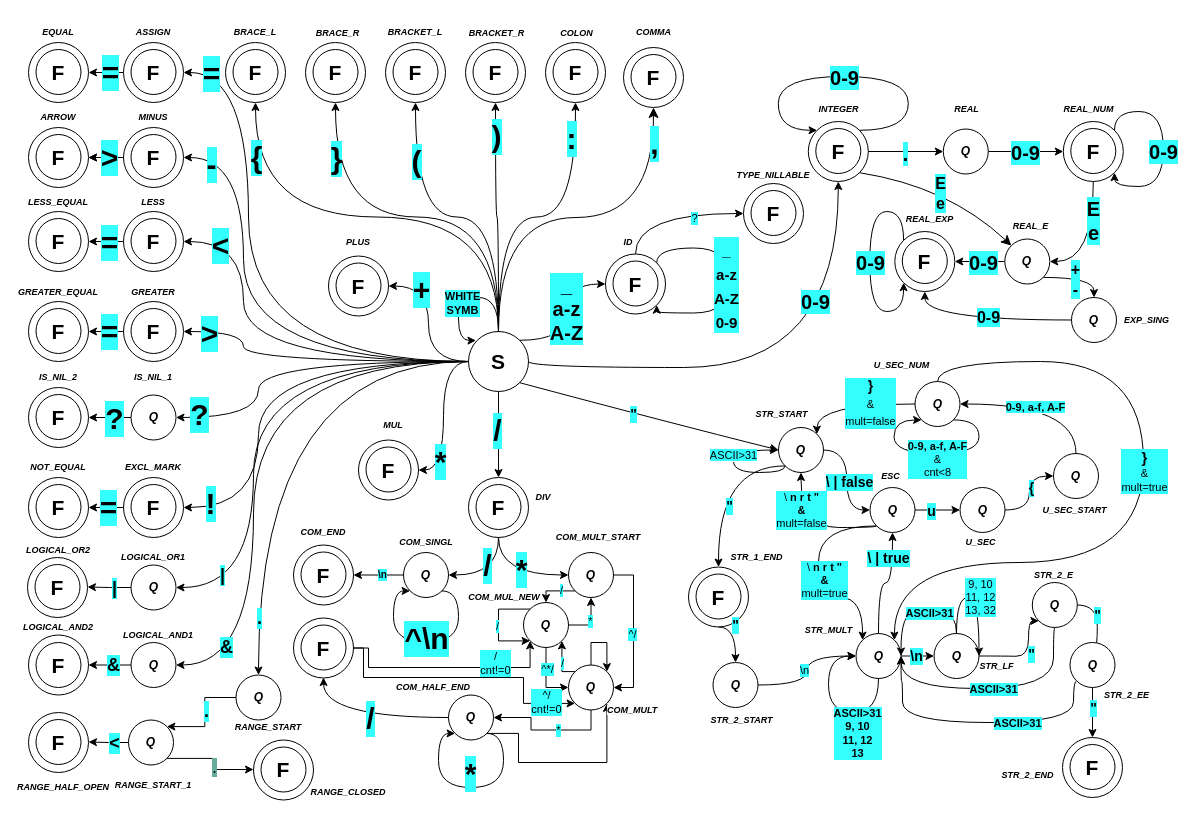
Earlier version of the draw.io diagram lexer.drawio (xshche05/IFJ-2023-project-compiler). Source tidied: cells renumbered, new cells numbered last; positions are measured from the earlier drawing's top-left corner, leaving out a move shared by most shapes. Both pictures are drawn from the tidied source at 100%, with x=0, y=0 at pixel (27, 17).
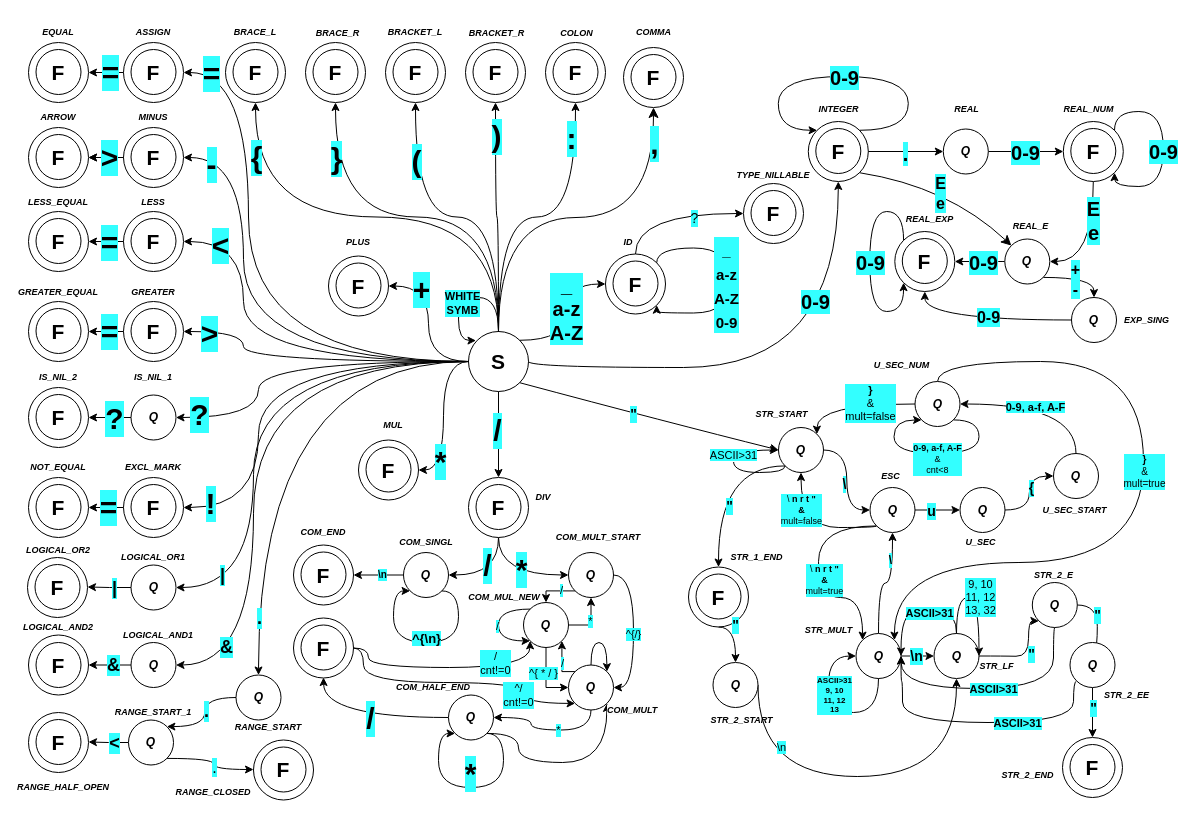
The same diagram, later.

The change refers to these unchanged cells:
```xml
<mxCell id="164" style="edgeStyle=orthogonalEdgeStyle;orthogonalLoop=1;jettySize=auto;html=1;exitX=1;exitY=1;exitDx=0;exitDy=0;entryX=0;entryY=1;entryDx=0;entryDy=0;curved=1;" parent="1" edge="1" source="159" target="159">
  <mxGeometry relative="1" as="geometry">
    <Array as="points">
      <mxPoint x="431" y="573" />
      <mxPoint x="431" y="625" />
      <mxPoint x="366" y="625" />
      <mxPoint x="366" y="573" />
    </Array>
  </mxGeometry>
</mxCell>
<mxCell id="172" value="&lt;b&gt;&lt;i&gt;Q&lt;/i&gt;&lt;/b&gt;" style="ellipse;whiteSpace=wrap;html=1;" parent="1" vertex="1">
  <mxGeometry x="541" y="535" width="45" height="45" as="geometry" />
</mxCell>
<mxCell id="176" value="&lt;b&gt;&lt;i&gt;Q&lt;/i&gt;&lt;/b&gt;" style="ellipse;whiteSpace=wrap;html=1;" parent="1" vertex="1">
  <mxGeometry x="421" y="677.5" width="45" height="45" as="geometry" />
</mxCell>
<mxCell id="228" style="edgeStyle=orthogonalEdgeStyle;jettySize=auto;html=1;exitX=1;exitY=0.5;exitDx=0;exitDy=0;entryX=0;entryY=0.5;entryDx=0;entryDy=0;curved=1;" parent="1" edge="1" source="232" target="239">
  <mxGeometry relative="1" as="geometry" />
</mxCell>
<mxCell id="235" style="edgeStyle=orthogonalEdgeStyle;jettySize=auto;html=1;exitX=0;exitY=1;exitDx=0;exitDy=0;entryX=0.5;entryY=1;entryDx=0;entryDy=0;curved=1;" parent="1" edge="1" source="239" target="232">
  <mxGeometry relative="1" as="geometry">
    <Array as="points">
      <mxPoint x="849" y="510" />
      <mxPoint x="773" y="510" />
    </Array>
  </mxGeometry>
</mxCell>
<mxCell id="237" style="edgeStyle=orthogonalEdgeStyle;jettySize=auto;html=1;exitX=0;exitY=1;exitDx=0;exitDy=0;entryX=0;entryY=0;entryDx=0;entryDy=0;curved=1;" parent="1" edge="1" source="239" target="260">
  <mxGeometry relative="1" as="geometry">
    <Array as="points">
      <mxPoint x="791" y="508" />
      <mxPoint x="791" y="580" />
      <mxPoint x="835" y="580" />
    </Array>
  </mxGeometry>
</mxCell>
<mxCell id="246" style="edgeStyle=orthogonalEdgeStyle;jettySize=auto;html=1;exitX=0.5;exitY=0;exitDx=0;exitDy=0;entryX=1;entryY=0;entryDx=0;entryDy=0;curved=1;" parent="1" edge="1" source="248" target="260">
  <mxGeometry relative="1" as="geometry">
    <Array as="points">
      <mxPoint x="910" y="344" />
      <mxPoint x="1116" y="344" />
      <mxPoint x="1116" y="545" />
      <mxPoint x="867" y="545" />
    </Array>
  </mxGeometry>
</mxCell>
<mxCell id="255" value="&lt;b&gt;&lt;i&gt;Q&lt;/i&gt;&lt;/b&gt;" style="ellipse;whiteSpace=wrap;html=1;" parent="1" vertex="1">
  <mxGeometry x="685.5" y="645" width="45" height="45" as="geometry" />
</mxCell>
<mxCell id="258" style="edgeStyle=orthogonalEdgeStyle;jettySize=auto;html=1;exitX=0.5;exitY=0;exitDx=0;exitDy=0;curved=1;" parent="1" edge="1" source="260" target="239">
  <mxGeometry relative="1" as="geometry" />
</mxCell>
<mxCell id="260" value="&lt;b&gt;&lt;i&gt;Q&lt;/i&gt;&lt;/b&gt;" style="ellipse;whiteSpace=wrap;html=1;" parent="1" vertex="1">
  <mxGeometry x="828.5" y="616" width="45" height="45" as="geometry" />
</mxCell>
<mxCell id="263" style="edgeStyle=orthogonalEdgeStyle;jettySize=auto;html=1;exitX=0;exitY=0.5;exitDx=0;exitDy=0;entryX=1;entryY=0;entryDx=0;entryDy=0;curved=1;" parent="1" edge="1" source="248" target="232">
  <mxGeometry relative="1" as="geometry" />
</mxCell>
<mxCell id="271" value="&lt;b&gt;&lt;i&gt;Q&lt;/i&gt;&lt;/b&gt;" style="ellipse;whiteSpace=wrap;html=1;" parent="1" vertex="1">
  <mxGeometry x="906.5" y="616" width="45" height="45" as="geometry" />
</mxCell>
<mxCell id="286" style="edgeStyle=orthogonalEdgeStyle;orthogonalLoop=1;jettySize=auto;html=1;exitX=1;exitY=1;exitDx=0;exitDy=0;entryX=0;entryY=1;entryDx=0;entryDy=0;curved=1;" parent="1" edge="1" source="248" target="248">
  <mxGeometry relative="1" as="geometry">
    <Array as="points">
      <mxPoint x="951.5" y="402" />
      <mxPoint x="951.5" y="436" />
      <mxPoint x="866.5" y="436" />
      <mxPoint x="866.5" y="402" />
    </Array>
  </mxGeometry>
</mxCell>
<mxCell id="288" style="edgeStyle=orthogonalEdgeStyle;orthogonalLoop=1;jettySize=auto;html=1;exitX=0.5;exitY=1;exitDx=0;exitDy=0;entryX=0;entryY=0.5;entryDx=0;entryDy=0;curved=1;" parent="1" edge="1" source="260" target="260">
  <mxGeometry relative="1" as="geometry">
    <Array as="points">
      <mxPoint x="851" y="695" />
      <mxPoint x="801" y="695" />
      <mxPoint x="801" y="638" />
    </Array>
  </mxGeometry>
</mxCell>
<mxCell id="315" style="edgeStyle=orthogonalEdgeStyle;jettySize=auto;html=1;exitX=0.5;exitY=0;exitDx=0;exitDy=0;entryX=0;entryY=0.5;entryDx=0;entryDy=0;curved=1;" parent="1" edge="1" source="182" target="313">
  <mxGeometry relative="1" as="geometry">
    <Array as="points">
      <mxPoint x="608" y="196" />
    </Array>
  </mxGeometry>
</mxCell>
<mxCell id="327" value="&lt;b&gt;&lt;i&gt;Q&lt;/i&gt;&lt;/b&gt;" style="ellipse;whiteSpace=wrap;html=1;" parent="1" vertex="1">
  <mxGeometry x="208.5" y="657.5" width="45" height="45" as="geometry" />
</mxCell>
<mxCell id="355" style="edgeStyle=orthogonalEdgeStyle;rounded=0;jettySize=auto;html=1;exitX=0.5;exitY=1;exitDx=0;exitDy=0;entryX=0;entryY=0.5;entryDx=0;entryDy=0;" parent="1" edge="1" source="357" target="362">
  <mxGeometry relative="1" as="geometry" />
</mxCell>
<mxCell id="357" value="&lt;b&gt;&lt;i&gt;Q&lt;/i&gt;&lt;/b&gt;" style="ellipse;whiteSpace=wrap;html=1;" parent="1" vertex="1">
  <mxGeometry x="496" y="585" width="45" height="45" as="geometry" />
</mxCell>
<mxCell id="362" value="&lt;b&gt;&lt;i&gt;Q&lt;/i&gt;&lt;/b&gt;" style="ellipse;whiteSpace=wrap;html=1;" parent="1" vertex="1">
  <mxGeometry x="541" y="647.5" width="45" height="45" as="geometry" />
</mxCell>
<mxCell id="374" value="&lt;span style=&quot;font-size: 21px;&quot;&gt;&lt;b&gt;F&lt;/b&gt;&lt;/span&gt;" style="text;html=1;strokeColor=none;fillColor=none;align=center;verticalAlign=middle;whiteSpace=wrap;rounded=0;" parent="371" vertex="1">
  <mxGeometry y="15" width="60" height="30" as="geometry" />
</mxCell>
<mxCell id="378" value="&lt;b&gt;&lt;i&gt;Q&lt;/i&gt;&lt;/b&gt;" style="ellipse;whiteSpace=wrap;html=1;" parent="1" vertex="1">
  <mxGeometry x="101" y="702.5" width="45" height="45" as="geometry" />
</mxCell>
<mxCell id="382" value="&lt;span style=&quot;font-size: 21px;&quot;&gt;&lt;b&gt;F&lt;/b&gt;&lt;/span&gt;" style="text;html=1;strokeColor=none;fillColor=none;align=center;verticalAlign=middle;whiteSpace=wrap;rounded=0;" parent="379" vertex="1">
  <mxGeometry y="14.5" width="60" height="30" as="geometry" />
</mxCell>
```

What changed in the source:
```diff
@@
-    <mxCell id="165" value="^\n" style="edgeLabel;html=1;align=center;verticalAlign=middle;fontStyle=1;labelBackgroundColor=#33FFFF;fontSize=30;" parent="164" vertex="1">
+    <mxCell id="165" value="^{\n}" style="edgeLabel;html=1;align=center;verticalAlign=middle;fontStyle=1;labelBackgroundColor=#33FFFF;fontSize=13;" parent="164" vertex="1">
       <mxGeometry x="0.05" y="-2" relative="1" as="geometry">
         <mxPoint x="5" y="-3" as="offset" />
       </mxGeometry>
     </mxCell>
@@
-    <mxCell id="170" style="edgeStyle=orthogonalEdgeStyle;rounded=0;jettySize=auto;html=1;exitX=1;exitY=0.5;exitDx=0;exitDy=0;entryX=1;entryY=0.5;entryDx=0;entryDy=0;" parent="1" edge="1" source="172" target="362">
+    <mxCell id="170" style="edgeStyle=orthogonalEdgeStyle;jettySize=auto;html=1;exitX=1;exitY=0.5;exitDx=0;exitDy=0;entryX=1;entryY=0.5;entryDx=0;entryDy=0;curved=1;" parent="1" edge="1" source="172" target="362">
       <mxGeometry relative="1" as="geometry" />
     </mxCell>
-    <mxCell id="171" value="^/" style="edgeLabel;html=1;align=center;verticalAlign=middle;labelBackgroundColor=#33FFFF;" parent="170" vertex="1">
-      <mxGeometry x="0.04" y="-2" relative="1" as="geometry" />
+    <mxCell id="171" value="^{/}" style="edgeLabel;html=1;align=center;verticalAlign=middle;labelBackgroundColor=#33FFFF;" parent="170" vertex="1">
+      <mxGeometry x="0.04" y="-2" relative="1" as="geometry">
+        <mxPoint x="1" as="offset" />
+      </mxGeometry>
     </mxCell>
@@
-    <mxCell id="175" style="edgeStyle=orthogonalEdgeStyle;rounded=0;jettySize=auto;html=1;exitX=1;exitY=1;exitDx=0;exitDy=0;entryX=1;entryY=1;entryDx=0;entryDy=0;" parent="1" edge="1" source="176" target="362">
+    <mxCell id="175" style="edgeStyle=orthogonalEdgeStyle;jettySize=auto;html=1;exitX=1;exitY=1;exitDx=0;exitDy=0;entryX=1;entryY=1;entryDx=0;entryDy=0;curved=1;" parent="1" edge="1" source="176" target="362">
       <mxGeometry relative="1" as="geometry">
         <Array as="points">
           <mxPoint x="491" y="716" />
           <mxPoint x="491" y="745" />
           <mxPoint x="579" y="745" />
         </Array>
       </mxGeometry>
     </mxCell>
@@
-    <mxCell id="229" value="\ | false" style="edgeLabel;html=1;align=center;verticalAlign=middle;fontStyle=1;labelBackgroundColor=#33FFFF;fontSize=14;" parent="228" vertex="1">
+    <mxCell id="229" value="\" style="edgeLabel;html=1;align=center;verticalAlign=middle;fontStyle=1;labelBackgroundColor=#33FFFF;fontSize=14;" parent="228" vertex="1">
       <mxGeometry x="0.21" y="1" relative="1" as="geometry">
-        <mxPoint x="1" y="-9" as="offset" />
+        <mxPoint x="-4" y="-7" as="offset" />
       </mxGeometry>
     </mxCell>
@@
-    <mxCell id="236" value="\&lt;b style=&quot;border-color: var(--border-color);&quot;&gt;&amp;nbsp;n r t &quot;&lt;br style=&quot;border-color: var(--border-color);&quot;&gt;&amp;amp;&lt;br style=&quot;border-color: var(--border-color);&quot;&gt;&lt;/b&gt;&lt;span style=&quot;&quot;&gt;mult=false&lt;/span&gt;" style="edgeLabel;html=1;align=center;verticalAlign=middle;labelBackgroundColor=#33FFFF;" parent="235" vertex="1">
+    <mxCell id="236" value="\&lt;b style=&quot;border-color: var(--border-color); font-size: 9px;&quot;&gt;&amp;nbsp;n r t &quot;&lt;br style=&quot;border-color: var(--border-color); font-size: 9px;&quot;&gt;&amp;amp;&lt;br style=&quot;border-color: var(--border-color); font-size: 9px;&quot;&gt;&lt;/b&gt;&lt;span style=&quot;font-size: 9px;&quot;&gt;mult=false&lt;/span&gt;" style="edgeLabel;html=1;align=center;verticalAlign=middle;labelBackgroundColor=#33FFFF;fontSize=9;" parent="235" vertex="1">
       <mxGeometry x="0.37" y="-8" relative="1" as="geometry">
         <mxPoint x="-8" y="-4" as="offset" />
       </mxGeometry>
     </mxCell>
@@
-    <mxCell id="238" value="&lt;span style=&quot;&quot;&gt;\&lt;b&gt;&amp;nbsp;n r t &quot;&lt;br&gt;&amp;amp;&lt;br&gt;&lt;/b&gt;mult=true&lt;/span&gt;&lt;b&gt;&lt;br&gt;&lt;/b&gt;" style="edgeLabel;html=1;align=center;verticalAlign=middle;labelBackgroundColor=#33FFFF;" parent="237" vertex="1">
+    <mxCell id="238" value="&lt;span style=&quot;font-size: 9px;&quot;&gt;\&lt;b style=&quot;font-size: 9px;&quot;&gt;&amp;nbsp;n r t &quot;&lt;br style=&quot;font-size: 9px;&quot;&gt;&amp;amp;&lt;br style=&quot;font-size: 9px;&quot;&gt;&lt;/b&gt;mult=true&lt;/span&gt;&lt;b style=&quot;font-size: 9px;&quot;&gt;&lt;br style=&quot;font-size: 9px;&quot;&gt;&lt;/b&gt;" style="edgeLabel;html=1;align=center;verticalAlign=middle;labelBackgroundColor=#33FFFF;fontSize=9;" parent="237" vertex="1">
       <mxGeometry x="-0.04" y="-1" relative="1" as="geometry">
         <mxPoint x="6" y="8" as="offset" />
       </mxGeometry>
     </mxCell>
@@
-    <mxCell id="247" value="&lt;b&gt;&lt;font style=&quot;font-size: 15px;&quot;&gt;}&lt;/font&gt;&lt;/b&gt;&lt;br style=&quot;border-color: var(--border-color); font-size: 14px; font-weight: 700;&quot;&gt;&lt;font style=&quot;border-color: var(--border-color);&quot;&gt;&amp;amp;&lt;br style=&quot;border-color: var(--border-color);&quot;&gt;mult=true&lt;/font&gt;" style="edgeLabel;html=1;align=center;verticalAlign=middle;labelBackgroundColor=#33FFFF;" parent="246" vertex="1">
+    <mxCell id="247" value="&lt;b style=&quot;font-size: 10px;&quot;&gt;&lt;font style=&quot;font-size: 10px;&quot;&gt;}&lt;/font&gt;&lt;/b&gt;&lt;br style=&quot;border-color: var(--border-color); font-size: 10px; font-weight: 700;&quot;&gt;&lt;font style=&quot;border-color: var(--border-color); font-size: 10px;&quot;&gt;&amp;amp;&lt;br style=&quot;border-color: var(--border-color); font-size: 10px;&quot;&gt;mult=true&lt;/font&gt;" style="edgeLabel;html=1;align=center;verticalAlign=middle;labelBackgroundColor=#33FFFF;fontSize=10;" parent="246" vertex="1">
       <mxGeometry x="-0.11" relative="1" as="geometry" />
     </mxCell>
@@
-    <mxCell id="253" style="edgeStyle=orthogonalEdgeStyle;jettySize=auto;html=1;exitX=1;exitY=0.5;exitDx=0;exitDy=0;entryX=0;entryY=0.5;entryDx=0;entryDy=0;curved=1;" parent="1" edge="1" source="255" target="260">
-      <mxGeometry relative="1" as="geometry" />
+    <mxCell id="253" style="edgeStyle=orthogonalEdgeStyle;jettySize=auto;html=1;exitX=1;exitY=0.5;exitDx=0;exitDy=0;entryX=0.5;entryY=1;entryDx=0;entryDy=0;curved=1;" parent="1" edge="1" source="255" target="271">
+      <mxGeometry relative="1" as="geometry">
+        <Array as="points">
+          <mxPoint x="730" y="759" />
+          <mxPoint x="929" y="759" />
+        </Array>
+      </mxGeometry>
     </mxCell>
     <mxCell id="254" value="\n" style="edgeLabel;html=1;align=center;verticalAlign=middle;labelBackgroundColor=#33FFFF;" parent="253" vertex="1">
       <mxGeometry x="-0.17" relative="1" as="geometry">
-        <mxPoint x="-3" y="-11" as="offset" />
+        <mxPoint x="-47" y="-30" as="offset" />
       </mxGeometry>
     </mxCell>
@@
-    <mxCell id="259" value="&lt;font style=&quot;font-size: 14px;&quot;&gt;\ | true&lt;/font&gt;" style="edgeLabel;html=1;align=center;verticalAlign=middle;fontSize=14;fontStyle=1;labelBackgroundColor=#33FFFF;" parent="258" vertex="1">
+    <mxCell id="259" value="&lt;font style=&quot;font-size: 12px;&quot;&gt;\&lt;br&gt;&lt;/font&gt;" style="edgeLabel;html=1;align=center;verticalAlign=middle;fontSize=12;fontStyle=1;labelBackgroundColor=#33FFFF;" parent="258" vertex="1">
       <mxGeometry x="-0.04" relative="1" as="geometry">
-        <mxPoint x="5" y="-25" as="offset" />
+        <mxPoint x="7" y="-23" as="offset" />
       </mxGeometry>
     </mxCell>
@@
-    <mxCell id="264" value="}&lt;br&gt;&lt;font style=&quot;font-size: 11px; font-weight: normal;&quot;&gt;&amp;amp;&lt;br&gt;mult=false&lt;/font&gt;" style="edgeLabel;html=1;align=center;verticalAlign=middle;fontStyle=1;labelBackgroundColor=#33FFFF;fontSize=14;" parent="263" vertex="1">
+    <mxCell id="264" value="}&lt;br style=&quot;font-size: 11px;&quot;&gt;&lt;font style=&quot;font-size: 11px; font-weight: normal;&quot;&gt;&amp;amp;&lt;br style=&quot;font-size: 11px;&quot;&gt;mult=false&lt;/font&gt;" style="edgeLabel;html=1;align=center;verticalAlign=middle;fontStyle=1;labelBackgroundColor=#33FFFF;fontSize=11;" parent="263" vertex="1">
       <mxGeometry x="-0.03" y="-1" relative="1" as="geometry">
         <mxPoint x="17" as="offset" />
       </mxGeometry>
     </mxCell>
@@
-    <mxCell id="287" value="&lt;b&gt;0-9, a-f, A-F&lt;/b&gt;&lt;br&gt;&amp;amp;&lt;br&gt;cnt&amp;lt;8" style="edgeLabel;html=1;align=center;verticalAlign=middle;labelBackgroundColor=#33FFFF;" parent="286" vertex="1">
+    <mxCell id="287" value="&lt;b style=&quot;font-size: 9px;&quot;&gt;0-9, a-f, A-F&lt;/b&gt;&lt;br style=&quot;font-size: 9px;&quot;&gt;&amp;amp;&lt;br style=&quot;font-size: 9px;&quot;&gt;cnt&amp;lt;8" style="edgeLabel;html=1;align=center;verticalAlign=middle;labelBackgroundColor=#33FFFF;fontSize=9;" parent="286" vertex="1">
       <mxGeometry x="-0.02" y="-1" relative="1" as="geometry">
         <mxPoint y="6" as="offset" />
       </mxGeometry>
     </mxCell>
@@
-    <mxCell id="289" value="ASCII&amp;gt;31&lt;br&gt;9, 10&lt;br&gt;11, 12&lt;br&gt;13" style="edgeLabel;html=1;align=center;verticalAlign=middle;labelBackgroundColor=#33FFFF;fontStyle=1;" parent="288" vertex="1">
+    <mxCell id="289" value="ASCII&amp;gt;31&lt;br style=&quot;font-size: 8px;&quot;&gt;9, 10&lt;br style=&quot;font-size: 8px;&quot;&gt;11, 12&lt;br style=&quot;font-size: 8px;&quot;&gt;13" style="edgeLabel;html=1;align=center;verticalAlign=middle;labelBackgroundColor=#33FFFF;fontStyle=1;fontSize=8;" parent="288" vertex="1">
       <mxGeometry x="-0.21" y="-2" relative="1" as="geometry">
-        <mxPoint x="10" y="22" as="offset" />
+        <mxPoint x="-13" y="-16" as="offset" />
       </mxGeometry>
     </mxCell>
@@
-    <mxCell id="316" value="?" style="edgeLabel;html=1;align=center;verticalAlign=middle;labelBackgroundColor=#33FFFF;" parent="315" vertex="1">
+    <mxCell id="316" value="?" style="edgeLabel;html=1;align=center;verticalAlign=middle;labelBackgroundColor=#33FFFF;fontSize=14;" parent="315" vertex="1">
       <mxGeometry x="0.33" y="-4" relative="1" as="geometry" />
     </mxCell>
@@
-    <mxCell id="325" style="edgeStyle=orthogonalEdgeStyle;rounded=0;jettySize=auto;html=1;exitX=0;exitY=0.5;exitDx=0;exitDy=0;entryX=1;entryY=0;entryDx=0;entryDy=0;" parent="1" edge="1" source="327" target="378">
+    <mxCell id="325" style="edgeStyle=orthogonalEdgeStyle;jettySize=auto;html=1;exitX=0;exitY=0.5;exitDx=0;exitDy=0;entryX=1;entryY=0;entryDx=0;entryDy=0;curved=1;" parent="1" edge="1" source="327" target="378">
       <mxGeometry relative="1" as="geometry" />
     </mxCell>
@@
     <mxCell id="351" value="RANGE_CLOSED" style="text;html=1;strokeColor=none;fillColor=none;align=center;verticalAlign=middle;whiteSpace=wrap;rounded=0;fontSize=9;fontStyle=3;" parent="1" vertex="1">
-      <mxGeometry x="291" y="760" width="60" height="30" as="geometry" />
+      <mxGeometry x="156" y="760" width="60" height="30" as="geometry" />
     </mxCell>
@@
-    <mxCell id="356" value="^*/" style="edgeLabel;html=1;align=center;verticalAlign=middle;labelBackgroundColor=#33FFFF;" parent="355" vertex="1">
-      <mxGeometry x="-0.33" y="1" relative="1" as="geometry" />
+    <mxCell id="356" value="^{ * / }" style="edgeLabel;html=1;align=center;verticalAlign=middle;labelBackgroundColor=#33FFFF;" parent="355" vertex="1">
+      <mxGeometry x="-0.33" y="1" relative="1" as="geometry">
+        <mxPoint x="-4" y="4" as="offset" />
+      </mxGeometry>
     </mxCell>
@@
-    <mxCell id="360" style="edgeStyle=orthogonalEdgeStyle;rounded=0;jettySize=auto;html=1;exitX=0.5;exitY=1;exitDx=0;exitDy=0;entryX=1;entryY=0.5;entryDx=0;entryDy=0;" parent="1" edge="1" source="362" target="176">
+    <mxCell id="360" style="edgeStyle=orthogonalEdgeStyle;jettySize=auto;html=1;exitX=0.5;exitY=1;exitDx=0;exitDy=0;entryX=1;entryY=0.5;entryDx=0;entryDy=0;curved=1;" parent="1" edge="1" source="362" target="176">
       <mxGeometry relative="1" as="geometry" />
     </mxCell>
@@
-    <mxCell id="363" style="edgeStyle=orthogonalEdgeStyle;rounded=0;orthogonalLoop=1;jettySize=auto;html=1;exitX=0;exitY=0;exitDx=0;exitDy=0;entryX=0;entryY=1;entryDx=0;entryDy=0;" parent="1" edge="1" source="357" target="357">
+    <mxCell id="363" style="edgeStyle=orthogonalEdgeStyle;orthogonalLoop=1;jettySize=auto;html=1;exitX=0;exitY=0;exitDx=0;exitDy=0;entryX=0;entryY=1;entryDx=0;entryDy=0;curved=1;" parent="1" edge="1" source="357" target="357">
       <mxGeometry relative="1" as="geometry">
         <Array as="points">
           <mxPoint x="471" y="591" />
           <mxPoint x="471" y="623" />
         </Array>
       </mxGeometry>
     </mxCell>
@@
-    <mxCell id="367" style="edgeStyle=orthogonalEdgeStyle;rounded=0;jettySize=auto;html=1;entryX=0;entryY=1;entryDx=0;entryDy=0;exitX=1;exitY=0.5;exitDx=0;exitDy=0;" parent="1" edge="1" source="374" target="357">
+    <mxCell id="367" style="edgeStyle=orthogonalEdgeStyle;jettySize=auto;html=1;entryX=0;entryY=1;entryDx=0;entryDy=0;exitX=1;exitY=0.5;exitDx=0;exitDy=0;curved=1;" parent="1" edge="1" source="374" target="357">
       <mxGeometry relative="1" as="geometry">
         <Array as="points">
           <mxPoint x="341" y="631" />
           <mxPoint x="341" y="650" />
           <mxPoint x="503" y="650" />
         </Array>
       </mxGeometry>
     </mxCell>
@@
-    <mxCell id="369" style="edgeStyle=orthogonalEdgeStyle;rounded=0;jettySize=auto;html=1;entryX=0;entryY=1;entryDx=0;entryDy=0;exitX=1;exitY=0.5;exitDx=0;exitDy=0;" parent="1" edge="1" source="374" target="362">
+    <mxCell id="369" style="edgeStyle=orthogonalEdgeStyle;jettySize=auto;html=1;entryX=0;entryY=1;entryDx=0;entryDy=0;exitX=1;exitY=0.5;exitDx=0;exitDy=0;curved=1;" parent="1" edge="1" source="374" target="362">
       <mxGeometry relative="1" as="geometry">
         <Array as="points">
           <mxPoint x="336" y="631" />
-          <mxPoint x="336" y="660" />
-          <mxPoint x="496" y="660" />
+          <mxPoint x="336" y="665" />
+          <mxPoint x="496" y="665" />
           <mxPoint x="496" y="686" />
         </Array>
       </mxGeometry>
     </mxCell>
     <mxCell id="370" value="^/&lt;br&gt;cnt!=0" style="edgeLabel;html=1;align=center;verticalAlign=middle;labelBackgroundColor=#33FFFF;" parent="369" vertex="1">
-      <mxGeometry x="0.79" y="1" relative="1" as="geometry" />
+      <mxGeometry x="0.79" y="1" relative="1" as="geometry">
+        <mxPoint x="-28" y="-7" as="offset" />
+      </mxGeometry>
     </mxCell>
@@
-    <mxCell id="375" style="edgeStyle=orthogonalEdgeStyle;rounded=0;orthogonalLoop=1;jettySize=auto;html=1;exitX=0.5;exitY=0;exitDx=0;exitDy=0;entryX=1;entryY=0;entryDx=0;entryDy=0;" parent="1" edge="1" source="362" target="362">
+    <mxCell id="375" style="edgeStyle=orthogonalEdgeStyle;orthogonalLoop=1;jettySize=auto;html=1;exitX=0.5;exitY=0;exitDx=0;exitDy=0;entryX=1;entryY=0;entryDx=0;entryDy=0;curved=1;" parent="1" edge="1" source="362" target="362">
       <mxGeometry relative="1" as="geometry">
         <Array as="points">
           <mxPoint x="564" y="625" />
           <mxPoint x="579" y="625" />
         </Array>
       </mxGeometry>
     </mxCell>
-    <mxCell id="376" style="edgeStyle=orthogonalEdgeStyle;rounded=0;jettySize=auto;html=1;exitX=1;exitY=1;exitDx=0;exitDy=0;entryX=0;entryY=0.5;entryDx=0;entryDy=0;" parent="1" edge="1" source="378" target="382">
+    <mxCell id="376" style="edgeStyle=orthogonalEdgeStyle;jettySize=auto;html=1;exitX=1;exitY=1;exitDx=0;exitDy=0;entryX=0;entryY=0.5;entryDx=0;entryDy=0;curved=1;" parent="1" edge="1" source="378" target="382">
       <mxGeometry relative="1" as="geometry" />
     </mxCell>
-    <mxCell id="377" value="." style="edgeLabel;html=1;align=center;verticalAlign=middle;labelBackgroundColor=#67AB9F;fontSize=16;" parent="376" vertex="1">
+    <mxCell id="377" value="." style="edgeLabel;html=1;align=center;verticalAlign=middle;labelBackgroundColor=#33FFFF;fontSize=16;" parent="376" vertex="1">
       <mxGeometry x="0.12" relative="1" as="geometry" />
     </mxCell>
@@
     <mxCell id="383" value="RANGE_START_1" style="text;html=1;strokeColor=none;fillColor=none;align=center;verticalAlign=middle;whiteSpace=wrap;rounded=0;fontSize=9;fontStyle=3;" parent="1" vertex="1">
-      <mxGeometry x="96" y="752.5" width="60" height="30" as="geometry" />
+      <mxGeometry x="96" y="680" width="60" height="30" as="geometry" />
     </mxCell>
```
